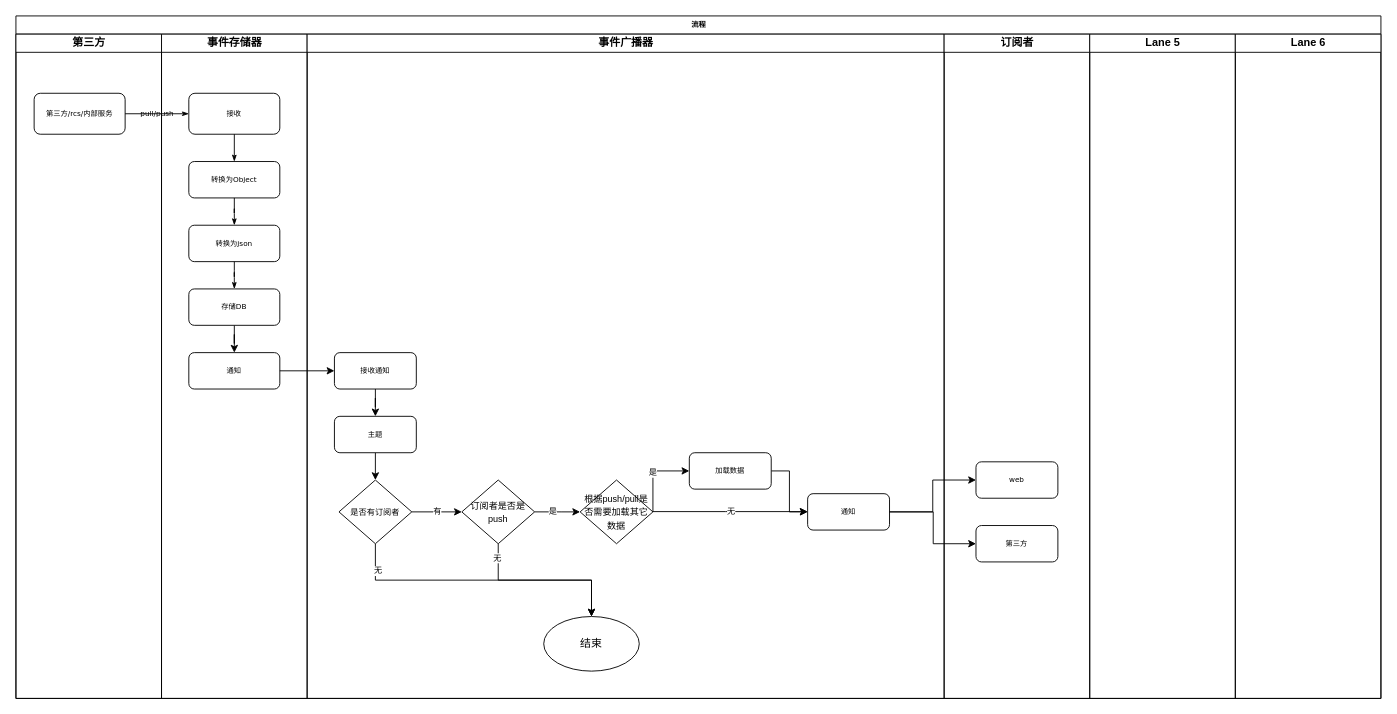
Above: page "事件流程图" (1 of 2) of Untitled Diagram.drawio in WashingtonWang/diagram (draw.io), before the change. Source tidied: cells renumbered, new cells numbered last; positions are measured from the earlier drawing's top-left corner, leaving out a move shared by most shapes. Both pictures are drawn from the tidied source at 91%, with x=0, y=0 at pixel (15, 15).
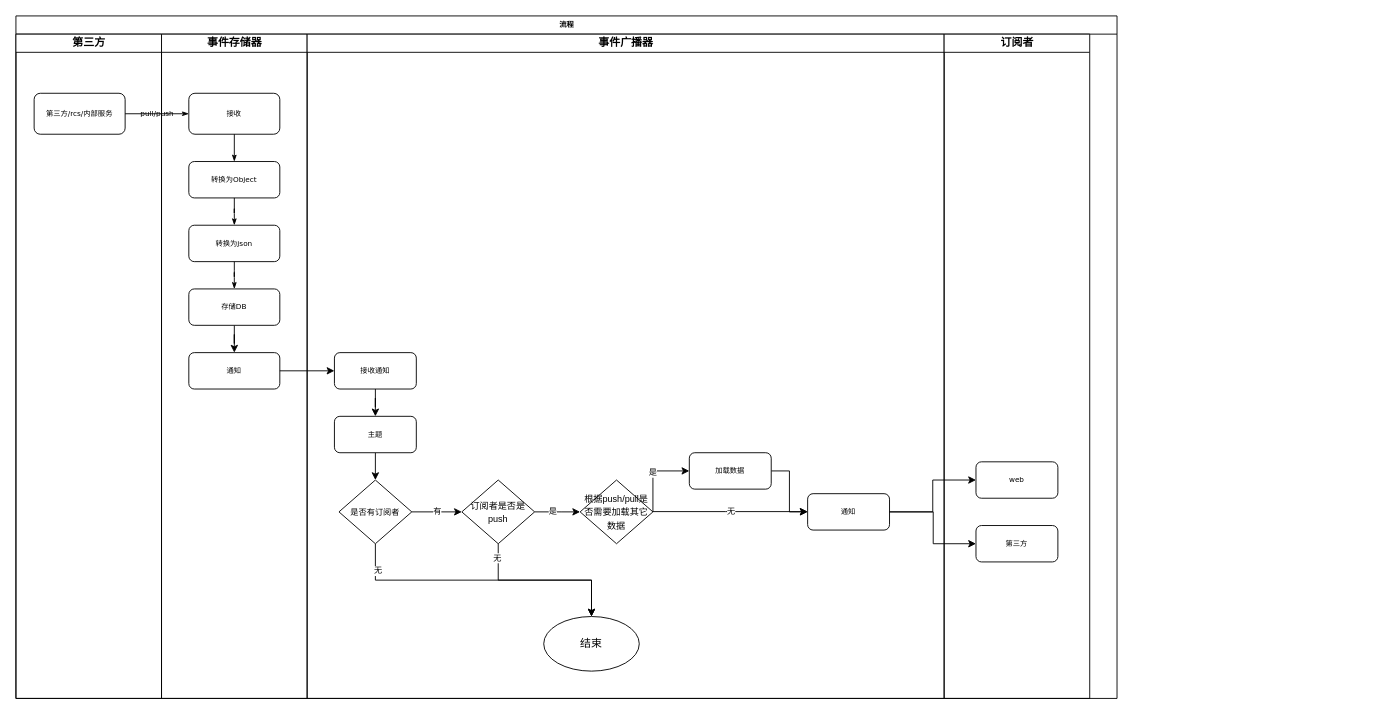
After the change.

What changed in the source:
```diff
@@
     <mxCell id="2" value="流程" style="swimlane;html=1;startSize=20;rounded=0;shadow=0;labelBackgroundColor=none;strokeWidth=1;fontFamily=Verdana;fontSize=8;align=center;" parent="1" vertex="1">
-      <mxGeometry width="1500" height="750" as="geometry" />
+      <mxGeometry width="1210" height="750" as="geometry" />
     </mxCell>
@@
-    <mxCell id="40" value="Lane 5" style="swimlane;html=1;startSize=20;" parent="2" vertex="1">
-      <mxGeometry x="1180" y="20" width="160" height="730" as="geometry" />
-    </mxCell>
-    <mxCell id="41" value="Lane 6" style="swimlane;html=1;startSize=20;" parent="2" vertex="1">
-      <mxGeometry x="1340" y="20" width="160" height="730" as="geometry" />
-    </mxCell>
```
